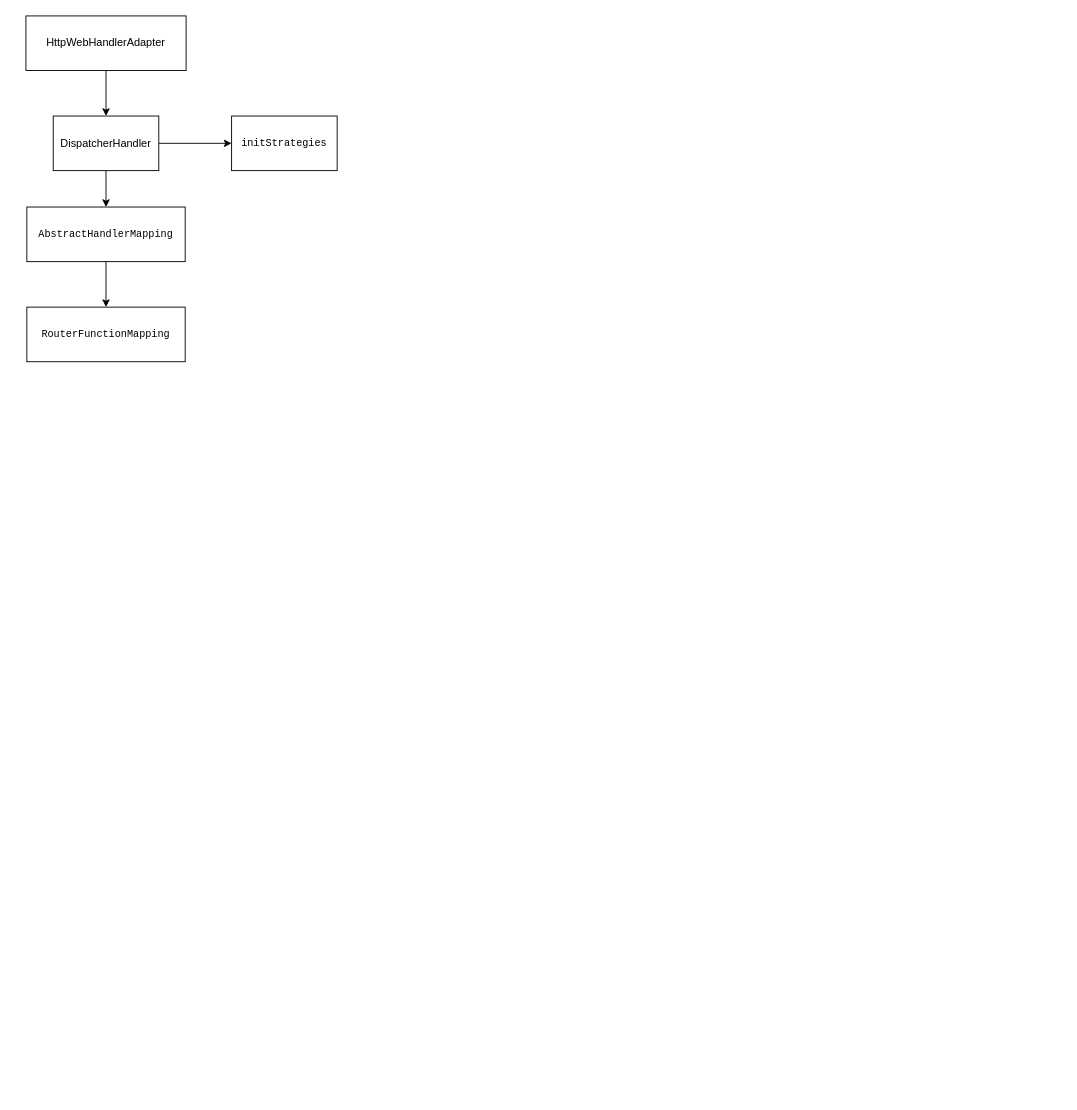
Earlier version of the draw.io diagram Spring cloud gateway.drawio (zhangj1125/draw). Source tidied: cells renumbered, new cells numbered last; positions are measured from the earlier drawing's top-left corner, leaving out a move shared by most shapes. Both pictures are drawn from the tidied source at 91%, with x=0, y=0 at pixel (25, 15).
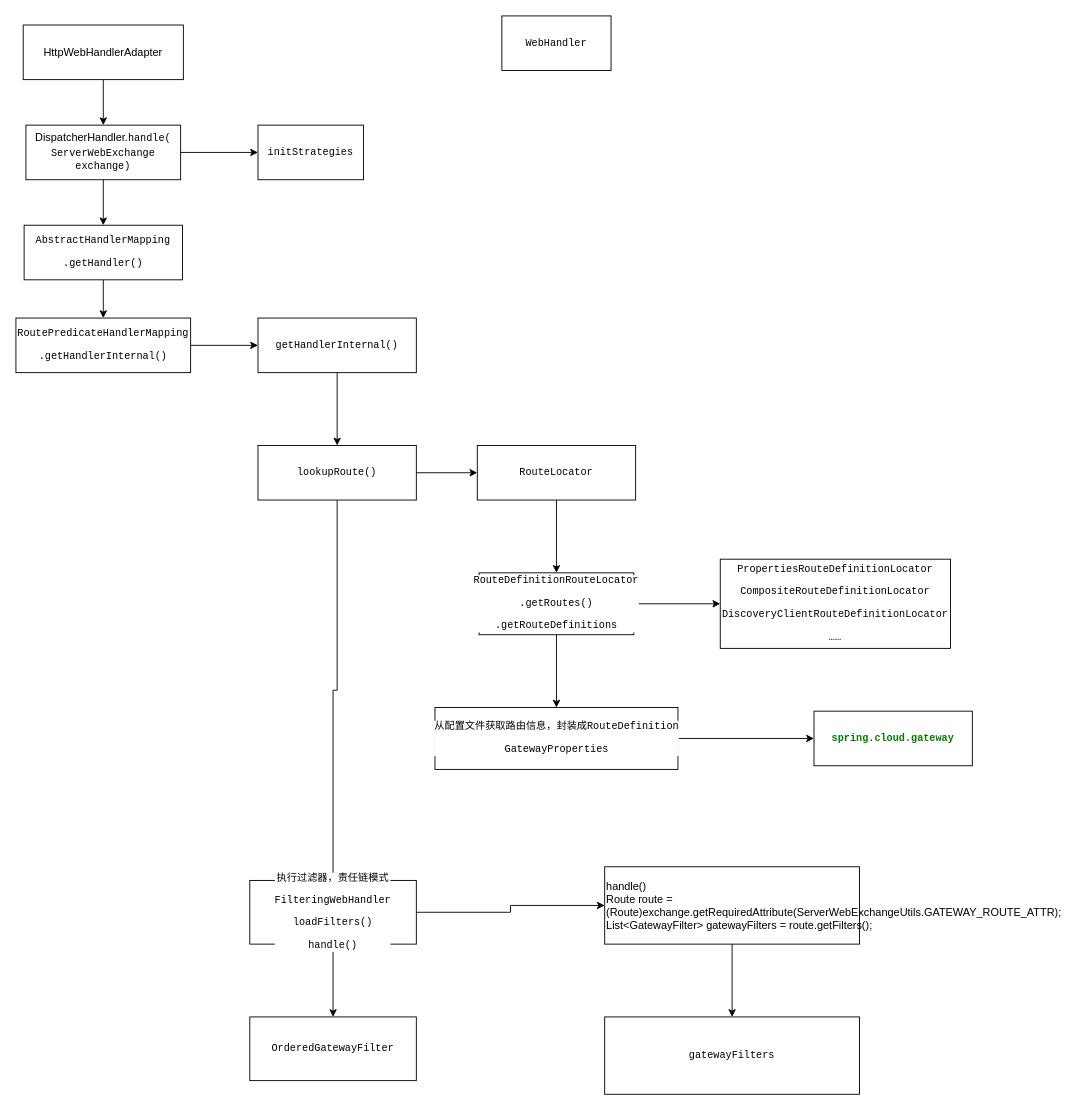
The same diagram, later.

Change to the diagram source:
```diff
@@
-    <mxCell id="4" value="DispatcherHandler" style="rounded=0;whiteSpace=wrap;html=1;" parent="1" vertex="1">
-      <mxGeometry x="30" y="110" width="116" height="60" as="geometry" />
+    <mxCell id="4" value="DispatcherHandler.&lt;span style=&quot;background-color: rgb(255 , 255 , 255) ; font-family: &amp;#34;consolas&amp;#34; ; font-size: 8.4pt&quot;&gt;handle(&lt;br&gt;&lt;/span&gt;&lt;span style=&quot;background-color: rgb(255 , 255 , 255) ; font-family: &amp;#34;consolas&amp;#34; ; font-size: 8.4pt&quot;&gt;ServerWebExchange exchange)&lt;/span&gt;" style="rounded=0;whiteSpace=wrap;html=1;" parent="1" vertex="1">
+      <mxGeometry y="120" width="170" height="60" as="geometry" />
     </mxCell>
     <mxCell id="5" value="&lt;pre style=&quot;background-color: rgb(255 , 255 , 255) ; font-family: &amp;#34;consolas&amp;#34; ; font-size: 8.4pt&quot;&gt;initStrategies&lt;/pre&gt;" style="rounded=0;whiteSpace=wrap;html=1;" parent="1" vertex="1">
-      <mxGeometry x="226" y="110" width="116" height="60" as="geometry" />
+      <mxGeometry x="255" y="120" width="116" height="60" as="geometry" />
     </mxCell>
@@
     <mxCell id="7" value="HttpWebHandlerAdapter" style="rounded=0;whiteSpace=wrap;html=1;" parent="1" vertex="1">
-      <mxGeometry width="176" height="60" as="geometry" />
+      <mxGeometry x="-3" y="10" width="176" height="60" as="geometry" />
     </mxCell>
@@
-    <mxCell id="9" value="&lt;pre style=&quot;background-color: rgb(255 , 255 , 255) ; font-family: &amp;#34;consolas&amp;#34; ; font-size: 8.4pt&quot;&gt;AbstractHandlerMapping&lt;/pre&gt;" style="rounded=0;whiteSpace=wrap;html=1;" parent="1" vertex="1">
-      <mxGeometry x="1" y="210" width="174" height="60" as="geometry" />
+    <mxCell id="9" value="&lt;pre style=&quot;background-color: rgb(255 , 255 , 255) ; font-family: &amp;#34;consolas&amp;#34; ; font-size: 8.4pt&quot;&gt;AbstractHandlerMapping&lt;/pre&gt;&lt;pre style=&quot;background-color: rgb(255 , 255 , 255) ; font-family: &amp;#34;consolas&amp;#34; ; font-size: 8.4pt&quot;&gt;.getHandler()&lt;/pre&gt;" style="rounded=0;whiteSpace=wrap;html=1;" parent="1" vertex="1">
+      <mxGeometry x="-2" y="230" width="174" height="60" as="geometry" />
     </mxCell>
+    <mxCell id="11" style="edgeStyle=orthogonalEdgeStyle;rounded=0;jettySize=auto;html=1;" parent="1" edge="1" source="10" target="13">
+      <mxGeometry relative="1" as="geometry" />
+    </mxCell>
-    <mxCell id="10" value="&lt;pre style=&quot;background-color: rgb(255 , 255 , 255) ; font-family: &amp;#34;consolas&amp;#34; ; font-size: 8.4pt&quot;&gt;&lt;pre style=&quot;font-family: &amp;#34;consolas&amp;#34; ; font-size: 8.4pt&quot;&gt;RouterFunctionMapping&lt;/pre&gt;&lt;/pre&gt;" style="rounded=0;whiteSpace=wrap;html=1;" parent="1" vertex="1">
-      <mxGeometry x="1" y="320" width="174" height="60" as="geometry" />
+    <mxCell id="10" value="&lt;pre style=&quot;background-color: rgb(255 , 255 , 255) ; font-family: &amp;#34;consolas&amp;#34; ; font-size: 8.4pt&quot;&gt;&lt;pre style=&quot;font-family: &amp;#34;consolas&amp;#34; ; font-size: 8.4pt&quot;&gt;&lt;pre style=&quot;font-family: &amp;#34;consolas&amp;#34; ; font-size: 8.4pt&quot;&gt;RoutePredicateHandlerMapping&lt;/pre&gt;&lt;pre style=&quot;font-family: &amp;#34;consolas&amp;#34; ; font-size: 8.4pt&quot;&gt;.getHandlerInternal()&lt;/pre&gt;&lt;/pre&gt;&lt;/pre&gt;" style="rounded=0;whiteSpace=wrap;html=1;" parent="1" vertex="1">
+      <mxGeometry x="-11" y="332" width="192" height="60" as="geometry" />
     </mxCell>
+    <mxCell id="12" style="edgeStyle=orthogonalEdgeStyle;rounded=0;jettySize=auto;html=1;" parent="1" edge="1" source="13" target="16">
+      <mxGeometry relative="1" as="geometry" />
+    </mxCell>
+    <mxCell id="13" value="&lt;pre style=&quot;background-color: rgb(255 , 255 , 255) ; font-family: &amp;#34;consolas&amp;#34; ; font-size: 8.4pt&quot;&gt;&lt;pre style=&quot;font-family: &amp;#34;consolas&amp;#34; ; font-size: 8.4pt&quot;&gt;&lt;pre style=&quot;font-family: &amp;#34;consolas&amp;#34; ; font-size: 8.4pt&quot;&gt;&lt;pre style=&quot;font-family: &amp;#34;consolas&amp;#34; ; font-size: 8.4pt&quot;&gt;getHandlerInternal()&lt;/pre&gt;&lt;/pre&gt;&lt;/pre&gt;&lt;/pre&gt;" style="rounded=0;whiteSpace=wrap;html=1;" parent="1" vertex="1">
+      <mxGeometry x="255" y="332" width="174" height="60" as="geometry" />
+    </mxCell>
+    <mxCell id="14" style="edgeStyle=orthogonalEdgeStyle;rounded=0;jettySize=auto;html=1;" parent="1" edge="1" source="16" target="18">
+      <mxGeometry relative="1" as="geometry" />
+    </mxCell>
+    <mxCell id="15" style="edgeStyle=orthogonalEdgeStyle;rounded=0;jettySize=auto;html=1;" parent="1" edge="1" source="16" target="28">
+      <mxGeometry relative="1" as="geometry" />
+    </mxCell>
+    <mxCell id="16" value="&lt;pre style=&quot;background-color: rgb(255 , 255 , 255) ; font-family: &amp;#34;consolas&amp;#34; ; font-size: 8.4pt&quot;&gt;&lt;pre style=&quot;font-family: &amp;#34;consolas&amp;#34; ; font-size: 8.4pt&quot;&gt;&lt;pre style=&quot;font-family: &amp;#34;consolas&amp;#34; ; font-size: 8.4pt&quot;&gt;&lt;pre style=&quot;font-family: &amp;#34;consolas&amp;#34; ; font-size: 8.4pt&quot;&gt;&lt;pre style=&quot;font-size: 8.4pt ; font-family: &amp;#34;consolas&amp;#34;&quot;&gt;lookupRoute()&lt;/pre&gt;&lt;/pre&gt;&lt;/pre&gt;&lt;/pre&gt;&lt;/pre&gt;" style="rounded=0;whiteSpace=wrap;html=1;" parent="1" vertex="1">
+      <mxGeometry x="255" y="472" width="174" height="60" as="geometry" />
+    </mxCell>
+    <mxCell id="17" style="edgeStyle=orthogonalEdgeStyle;rounded=0;jettySize=auto;html=1;" parent="1" edge="1" source="18" target="21">
+      <mxGeometry relative="1" as="geometry" />
+    </mxCell>
+    <mxCell id="18" value="&lt;pre style=&quot;background-color: rgb(255 , 255 , 255) ; font-family: &amp;#34;consolas&amp;#34; ; font-size: 8.4pt&quot;&gt;&lt;pre style=&quot;font-family: &amp;#34;consolas&amp;#34; ; font-size: 8.4pt&quot;&gt;&lt;pre style=&quot;font-family: &amp;#34;consolas&amp;#34; ; font-size: 8.4pt&quot;&gt;&lt;pre style=&quot;font-family: &amp;#34;consolas&amp;#34; ; font-size: 8.4pt&quot;&gt;&lt;pre style=&quot;font-size: 8.4pt ; font-family: &amp;#34;consolas&amp;#34;&quot;&gt;&lt;pre style=&quot;font-family: &amp;#34;consolas&amp;#34; ; font-size: 8.4pt&quot;&gt;RouteLocator&lt;/pre&gt;&lt;/pre&gt;&lt;/pre&gt;&lt;/pre&gt;&lt;/pre&gt;&lt;/pre&gt;" style="rounded=0;whiteSpace=wrap;html=1;" parent="1" vertex="1">
+      <mxGeometry x="496" y="472" width="174" height="60" as="geometry" />
+    </mxCell>
+    <mxCell id="19" style="edgeStyle=orthogonalEdgeStyle;rounded=0;jettySize=auto;html=1;" parent="1" edge="1" source="21" target="22">
+      <mxGeometry relative="1" as="geometry" />
+    </mxCell>
+    <mxCell id="20" style="edgeStyle=orthogonalEdgeStyle;rounded=0;jettySize=auto;html=1;" parent="1" edge="1" source="21" target="24">
+      <mxGeometry relative="1" as="geometry" />
+    </mxCell>
+    <mxCell id="21" value="&lt;pre style=&quot;background-color: rgb(255 , 255 , 255) ; font-family: &amp;#34;consolas&amp;#34; ; font-size: 8.4pt&quot;&gt;&lt;pre style=&quot;font-family: &amp;#34;consolas&amp;#34; ; font-size: 8.4pt&quot;&gt;&lt;pre style=&quot;font-family: &amp;#34;consolas&amp;#34; ; font-size: 8.4pt&quot;&gt;&lt;pre style=&quot;font-family: &amp;#34;consolas&amp;#34; ; font-size: 8.4pt&quot;&gt;&lt;pre style=&quot;font-size: 8.4pt ; font-family: &amp;#34;consolas&amp;#34;&quot;&gt;&lt;pre style=&quot;font-family: &amp;#34;consolas&amp;#34; ; font-size: 8.4pt&quot;&gt;&lt;pre style=&quot;font-family: &amp;#34;consolas&amp;#34; ; font-size: 8.4pt&quot;&gt;RouteDefinitionRouteLocator&lt;/pre&gt;&lt;pre style=&quot;font-family: &amp;#34;consolas&amp;#34; ; font-size: 8.4pt&quot;&gt;.getRoutes()&lt;/pre&gt;&lt;pre style=&quot;font-family: &amp;#34;consolas&amp;#34; ; font-size: 8.4pt&quot;&gt;&lt;pre style=&quot;font-family: &amp;#34;consolas&amp;#34; ; font-size: 8.4pt&quot;&gt;.getRouteDefinitions&lt;/pre&gt;&lt;/pre&gt;&lt;/pre&gt;&lt;/pre&gt;&lt;/pre&gt;&lt;/pre&gt;&lt;/pre&gt;&lt;/pre&gt;" style="rounded=0;html=1;fillColor=default;strokeColor=default;whiteSpace=wrap;" parent="1" vertex="1">
+      <mxGeometry x="498" y="612" width="170" height="68" as="geometry" />
+    </mxCell>
+    <mxCell id="22" value="&lt;pre style=&quot;background-color: rgb(255 , 255 , 255) ; font-family: &amp;#34;consolas&amp;#34; ; font-size: 8.4pt&quot;&gt;&lt;pre style=&quot;font-family: &amp;#34;consolas&amp;#34; ; font-size: 8.4pt&quot;&gt;&lt;pre style=&quot;font-family: &amp;#34;consolas&amp;#34; ; font-size: 8.4pt&quot;&gt;&lt;pre style=&quot;font-family: &amp;#34;consolas&amp;#34; ; font-size: 8.4pt&quot;&gt;&lt;pre style=&quot;font-size: 8.4pt ; font-family: &amp;#34;consolas&amp;#34;&quot;&gt;&lt;pre style=&quot;font-family: &amp;#34;consolas&amp;#34; ; font-size: 8.4pt&quot;&gt;&lt;pre style=&quot;font-family: &amp;#34;consolas&amp;#34; ; font-size: 8.4pt&quot;&gt;&lt;pre style=&quot;font-family: &amp;#34;consolas&amp;#34; ; font-size: 8.4pt&quot;&gt;PropertiesRouteDefinitionLocator&lt;/pre&gt;&lt;pre style=&quot;font-family: &amp;#34;consolas&amp;#34; ; font-size: 8.4pt&quot;&gt;&lt;pre style=&quot;font-family: &amp;#34;consolas&amp;#34; ; font-size: 8.4pt&quot;&gt;CompositeRouteDefinitionLocator&lt;/pre&gt;&lt;pre style=&quot;font-family: &amp;#34;consolas&amp;#34; ; font-size: 8.4pt&quot;&gt;&lt;pre style=&quot;font-family: &amp;#34;consolas&amp;#34; ; font-size: 8.4pt&quot;&gt;DiscoveryClientRouteDefinitionLocator&lt;/pre&gt;&lt;pre style=&quot;font-family: &amp;#34;consolas&amp;#34; ; font-size: 8.4pt&quot;&gt;……&lt;/pre&gt;&lt;/pre&gt;&lt;/pre&gt;&lt;/pre&gt;&lt;/pre&gt;&lt;/pre&gt;&lt;/pre&gt;&lt;/pre&gt;&lt;/pre&gt;&lt;/pre&gt;" style="rounded=0;html=1;fillColor=default;strokeColor=default;whiteSpace=wrap;" parent="1" vertex="1">
+      <mxGeometry x="763" y="597" width="253" height="98" as="geometry" />
+    </mxCell>
+    <mxCell id="23" style="edgeStyle=orthogonalEdgeStyle;rounded=0;jettySize=auto;html=1;" parent="1" edge="1" source="24" target="25">
+      <mxGeometry relative="1" as="geometry" />
+    </mxCell>
+    <mxCell id="24" value="&lt;pre style=&quot;background-color: rgb(255 , 255 , 255) ; font-family: &amp;#34;consolas&amp;#34; ; font-size: 8.4pt&quot;&gt;&lt;pre style=&quot;font-family: &amp;#34;consolas&amp;#34; ; font-size: 8.4pt&quot;&gt;&lt;pre style=&quot;font-family: &amp;#34;consolas&amp;#34; ; font-size: 8.4pt&quot;&gt;&lt;pre style=&quot;font-family: &amp;#34;consolas&amp;#34; ; font-size: 8.4pt&quot;&gt;&lt;pre style=&quot;font-size: 8.4pt ; font-family: &amp;#34;consolas&amp;#34;&quot;&gt;&lt;pre style=&quot;font-family: &amp;#34;consolas&amp;#34; ; font-size: 8.4pt&quot;&gt;&lt;pre style=&quot;font-family: &amp;#34;consolas&amp;#34; ; font-size: 8.4pt&quot;&gt;&lt;pre style=&quot;font-family: &amp;#34;consolas&amp;#34; ; font-size: 8.4pt&quot;&gt;从配置文件获取路由信息，封装成RouteDefinition&lt;/pre&gt;&lt;pre style=&quot;font-family: &amp;#34;consolas&amp;#34; ; font-size: 8.4pt&quot;&gt;GatewayProperties&lt;/pre&gt;&lt;/pre&gt;&lt;/pre&gt;&lt;/pre&gt;&lt;/pre&gt;&lt;/pre&gt;&lt;/pre&gt;&lt;/pre&gt;" style="rounded=0;html=1;fillColor=default;strokeColor=default;whiteSpace=wrap;" parent="1" vertex="1">
+      <mxGeometry x="449.5" y="760" width="267" height="68" as="geometry" />
+    </mxCell>
+    <mxCell id="25" value="&lt;pre style=&quot;background-color: rgb(255 , 255 , 255) ; font-family: &amp;#34;consolas&amp;#34; ; font-size: 8.4pt&quot;&gt;&lt;pre style=&quot;font-family: &amp;#34;consolas&amp;#34; ; font-size: 8.4pt&quot;&gt;&lt;pre style=&quot;font-family: &amp;#34;consolas&amp;#34; ; font-size: 8.4pt&quot;&gt;&lt;pre style=&quot;font-family: &amp;#34;consolas&amp;#34; ; font-size: 8.4pt&quot;&gt;&lt;pre style=&quot;font-size: 8.4pt ; font-family: &amp;#34;consolas&amp;#34;&quot;&gt;&lt;pre style=&quot;font-family: &amp;#34;consolas&amp;#34; ; font-size: 8.4pt&quot;&gt;&lt;pre style=&quot;font-family: &amp;#34;consolas&amp;#34; ; font-size: 8.4pt&quot;&gt;&lt;pre style=&quot;font-family: &amp;#34;consolas&amp;#34; ; font-size: 8.4pt&quot;&gt;&lt;pre style=&quot;font-family: &amp;#34;consolas&amp;#34; ; font-size: 8.4pt&quot;&gt;&lt;span style=&quot;color: #008000 ; font-weight: bold&quot;&gt;spring.cloud.gateway&lt;/span&gt;&lt;/pre&gt;&lt;/pre&gt;&lt;/pre&gt;&lt;/pre&gt;&lt;/pre&gt;&lt;/pre&gt;&lt;/pre&gt;&lt;/pre&gt;&lt;/pre&gt;" style="rounded=0;html=1;fillColor=default;strokeColor=default;whiteSpace=wrap;" parent="1" vertex="1">
+      <mxGeometry x="866" y="764" width="174" height="60" as="geometry" />
+    </mxCell>
+    <mxCell id="26" style="edgeStyle=orthogonalEdgeStyle;rounded=0;jettySize=auto;html=1;" parent="1" edge="1" source="28" target="31">
+      <mxGeometry relative="1" as="geometry" />
+    </mxCell>
+    <mxCell id="27" style="edgeStyle=orthogonalEdgeStyle;rounded=0;jettySize=auto;html=1;" parent="1" edge="1" source="28" target="33">
+      <mxGeometry relative="1" as="geometry" />
+    </mxCell>
+    <mxCell id="28" value="&lt;pre style=&quot;background-color: rgb(255 , 255 , 255) ; font-family: &amp;#34;consolas&amp;#34; ; font-size: 8.4pt&quot;&gt;&lt;pre style=&quot;font-family: &amp;#34;consolas&amp;#34; ; font-size: 8.4pt&quot;&gt;&lt;pre style=&quot;font-family: &amp;#34;consolas&amp;#34; ; font-size: 8.4pt&quot;&gt;&lt;pre style=&quot;font-family: &amp;#34;consolas&amp;#34; ; font-size: 8.4pt&quot;&gt;&lt;pre style=&quot;font-size: 8.4pt ; font-family: &amp;#34;consolas&amp;#34;&quot;&gt;&lt;pre style=&quot;font-family: &amp;#34;consolas&amp;#34; ; font-size: 8.4pt&quot;&gt;执行过滤器，责任链模式&lt;/pre&gt;&lt;pre style=&quot;font-family: &amp;#34;consolas&amp;#34; ; font-size: 8.4pt&quot;&gt;FilteringWebHandler&lt;/pre&gt;&lt;pre style=&quot;font-family: &amp;#34;consolas&amp;#34; ; font-size: 8.4pt&quot;&gt;&lt;pre style=&quot;font-size: 8.4pt ; font-family: &amp;#34;consolas&amp;#34;&quot;&gt;loadFilters()&lt;/pre&gt;&lt;pre style=&quot;font-size: 8.4pt ; font-family: &amp;#34;consolas&amp;#34;&quot;&gt;handle()&lt;/pre&gt;&lt;/pre&gt;&lt;/pre&gt;&lt;/pre&gt;&lt;/pre&gt;&lt;/pre&gt;&lt;/pre&gt;" style="rounded=0;whiteSpace=wrap;html=1;" parent="1" vertex="1">
+      <mxGeometry x="246" y="950" width="183" height="70" as="geometry" />
+    </mxCell>
+    <mxCell id="29" value="&lt;pre style=&quot;background-color: rgb(255 , 255 , 255) ; font-family: &amp;#34;consolas&amp;#34; ; font-size: 8.4pt&quot;&gt;WebHandler&lt;/pre&gt;" style="rounded=0;whiteSpace=wrap;html=1;strokeColor=default;fillColor=default;" parent="1" vertex="1">
+      <mxGeometry x="523" width="120" height="60" as="geometry" />
+    </mxCell>
+    <mxCell id="30" style="edgeStyle=orthogonalEdgeStyle;rounded=0;jettySize=auto;html=1;" parent="1" edge="1" source="31" target="32">
+      <mxGeometry relative="1" as="geometry" />
+    </mxCell>
+    <mxCell id="31" value="handle()&lt;br&gt;Route route = &lt;br&gt;(Route)exchange.getRequiredAttribute(ServerWebExchangeUtils.GATEWAY_ROUTE_ATTR);&lt;br&gt;List&amp;lt;GatewayFilter&amp;gt; gatewayFilters = route.getFilters();" style="rounded=0;align=left;whiteSpace=wrap;html=1;" parent="1" vertex="1">
+      <mxGeometry x="636" y="935" width="280" height="85" as="geometry" />
+    </mxCell>
+    <mxCell id="32" value="&lt;pre style=&quot;background-color: rgb(255 , 255 , 255) ; font-family: &amp;#34;consolas&amp;#34; ; font-size: 8.4pt&quot;&gt;&lt;pre style=&quot;font-family: &amp;#34;consolas&amp;#34; ; font-size: 8.4pt&quot;&gt;&lt;pre style=&quot;font-family: &amp;#34;consolas&amp;#34; ; font-size: 8.4pt&quot;&gt;&lt;pre style=&quot;font-family: &amp;#34;consolas&amp;#34; ; font-size: 8.4pt&quot;&gt;&lt;pre style=&quot;font-size: 8.4pt ; font-family: &amp;#34;consolas&amp;#34;&quot;&gt;&lt;pre style=&quot;font-family: &amp;#34;consolas&amp;#34; ; font-size: 8.4pt&quot;&gt;&lt;pre style=&quot;font-family: &amp;#34;consolas&amp;#34; ; font-size: 8.4pt&quot;&gt;&lt;pre style=&quot;font-family: &amp;#34;consolas&amp;#34; ; font-size: 8.4pt&quot;&gt;gatewayFilters&lt;/pre&gt;&lt;/pre&gt;&lt;/pre&gt;&lt;/pre&gt;&lt;/pre&gt;&lt;/pre&gt;&lt;/pre&gt;&lt;/pre&gt;" style="rounded=0;whiteSpace=wrap;html=1;" parent="1" vertex="1">
+      <mxGeometry x="636" y="1100" width="280" height="85" as="geometry" />
+    </mxCell>
+    <mxCell id="33" value="&lt;pre style=&quot;background-color: rgb(255 , 255 , 255) ; font-family: &amp;#34;consolas&amp;#34; ; font-size: 8.4pt&quot;&gt;&lt;pre style=&quot;font-family: &amp;#34;consolas&amp;#34; ; font-size: 8.4pt&quot;&gt;&lt;pre style=&quot;font-family: &amp;#34;consolas&amp;#34; ; font-size: 8.4pt&quot;&gt;&lt;pre style=&quot;font-family: &amp;#34;consolas&amp;#34; ; font-size: 8.4pt&quot;&gt;&lt;pre style=&quot;font-size: 8.4pt ; font-family: &amp;#34;consolas&amp;#34;&quot;&gt;&lt;pre style=&quot;font-family: &amp;#34;consolas&amp;#34; ; font-size: 8.4pt&quot;&gt;&lt;pre style=&quot;font-family: &amp;#34;consolas&amp;#34; ; font-size: 8.4pt&quot;&gt;OrderedGatewayFilter&lt;/pre&gt;&lt;/pre&gt;&lt;/pre&gt;&lt;/pre&gt;&lt;/pre&gt;&lt;/pre&gt;&lt;/pre&gt;" style="rounded=0;whiteSpace=wrap;html=1;" parent="1" vertex="1">
+      <mxGeometry x="246" y="1100" width="183" height="70" as="geometry" />
+    </mxCell>
```
